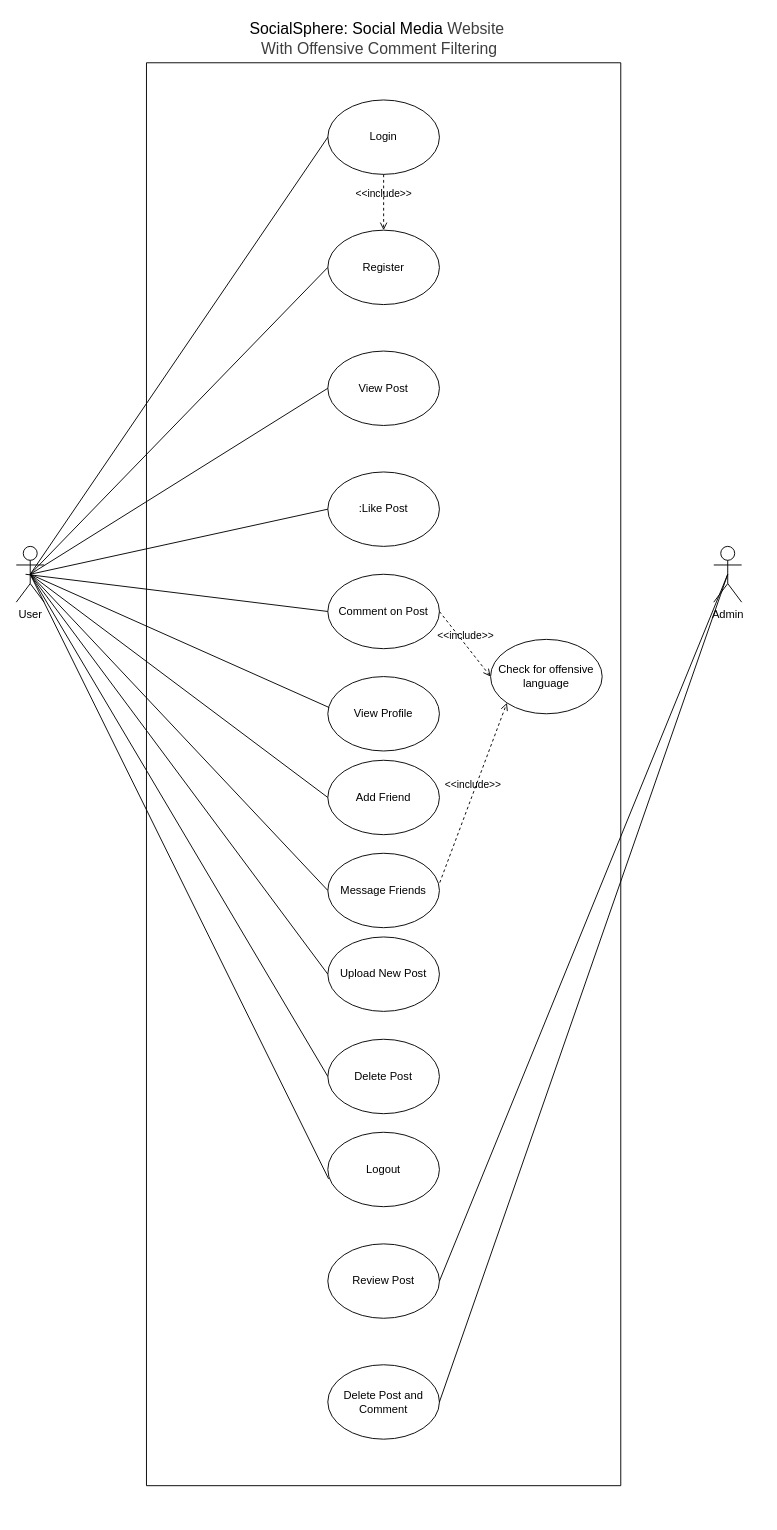
Earlier version of the draw.io diagram usecase.drawio (hilubabz/SocialSphere). Source tidied: cells renumbered, new cells numbered last; positions are measured from the earlier drawing's top-left corner, leaving out a move shared by most shapes. Both pictures are drawn from the tidied source at 93%, with x=0, y=0 at pixel (16, 16).
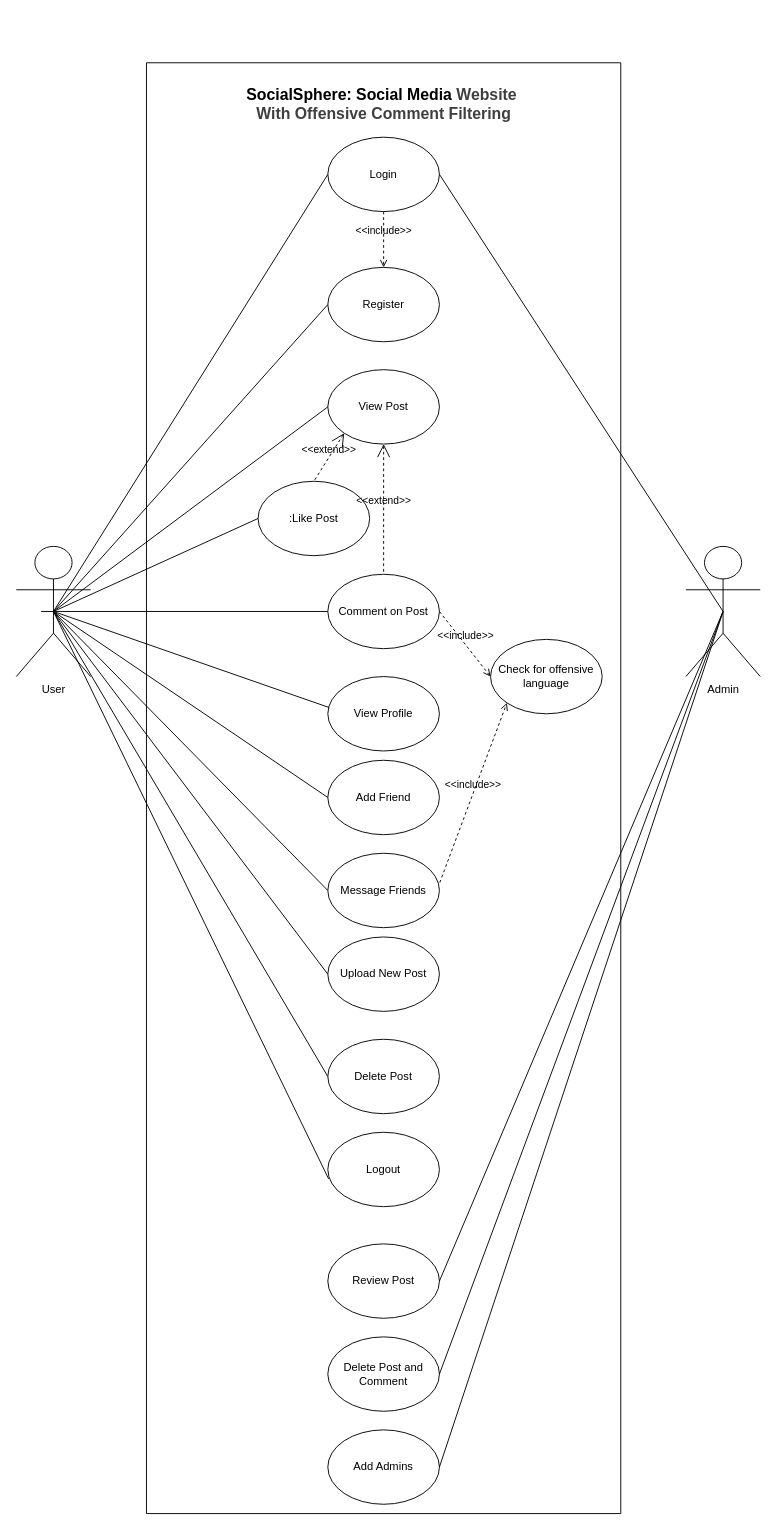
The same page after the edit.

Unchanged cells that the change refers to:
```xml
<mxCell id="7" value="Comment on Post" style="ellipse;whiteSpace=wrap;html=1;" parent="2" vertex="1">
  <mxGeometry x="195" y="550" width="120" height="80" as="geometry" />
</mxCell>
```

Change to the diagram source:
```diff
@@
     <mxCell id="2" style="swimlane;startSize=0;" parent="1" vertex="1">
-      <mxGeometry x="140" y="50" width="510" height="1530" as="geometry" />
+      <mxGeometry x="140" y="50" width="510" height="1560" as="geometry" />
     </mxCell>
     <mxCell id="3" value="Login" style="ellipse;whiteSpace=wrap;html=1;" parent="2" vertex="1">
-      <mxGeometry x="195" y="40" width="120" height="80" as="geometry" />
+      <mxGeometry x="195" y="80" width="120" height="80" as="geometry" />
     </mxCell>
     <mxCell id="4" value="Register" style="ellipse;whiteSpace=wrap;html=1;" parent="2" vertex="1">
-      <mxGeometry x="195" y="180" width="120" height="80" as="geometry" />
+      <mxGeometry x="195" y="220" width="120" height="80" as="geometry" />
     </mxCell>
     <mxCell id="5" value="View Post" style="ellipse;whiteSpace=wrap;html=1;" parent="2" vertex="1">
-      <mxGeometry x="195" y="310" width="120" height="80" as="geometry" />
+      <mxGeometry x="195" y="330" width="120" height="80" as="geometry" />
     </mxCell>
     <mxCell id="6" value=":Like Post" style="ellipse;whiteSpace=wrap;html=1;" parent="2" vertex="1">
-      <mxGeometry x="195" y="440" width="120" height="80" as="geometry" />
+      <mxGeometry x="120" y="450" width="120" height="80" as="geometry" />
     </mxCell>
@@
     <mxCell id="14" value="Delete Post and Comment" style="ellipse;whiteSpace=wrap;html=1;" parent="2" vertex="1">
-      <mxGeometry x="195" y="1400" width="120" height="80" as="geometry" />
+      <mxGeometry x="195" y="1370" width="120" height="80" as="geometry" />
     </mxCell>
@@
+    <mxCell id="35" value="&lt;font style=&quot;font-size: 17px;&quot;&gt;&lt;b&gt;SocialSphere: Social Media&amp;nbsp;&lt;span style=&quot;color: rgb(63, 63, 63); background-color: transparent;&quot;&gt;Website&amp;nbsp;&lt;/span&gt;&lt;/b&gt;&lt;/font&gt;&lt;div&gt;&lt;span style=&quot;color: rgb(63, 63, 63); background-color: transparent;&quot;&gt;&lt;font style=&quot;font-size: 17px;&quot;&gt;&lt;b&gt;With Offensive Comment Filtering&lt;/b&gt;&lt;/font&gt;&lt;/span&gt;&lt;/div&gt;" style="text;html=1;align=center;verticalAlign=middle;strokeColor=none;fillColor=none;" parent="2" vertex="1">
+      <mxGeometry x="95" y="20" width="320" height="50" as="geometry" />
+    </mxCell>
+    <mxCell id="33" value="&amp;lt;&amp;lt;include&amp;gt;&amp;gt;" style="edgeStyle=none;html=1;endArrow=open;verticalAlign=bottom;dashed=1;labelBackgroundColor=none;exitX=0.5;exitY=1;exitDx=0;exitDy=0;entryX=0.5;entryY=0;entryDx=0;entryDy=0;" parent="2" edge="1" source="3" target="4">
+      <mxGeometry relative="1" as="geometry" />
+    </mxCell>
+    <mxCell id="36" value="&amp;lt;&amp;lt;extend&amp;gt;&amp;gt;" style="edgeStyle=none;html=1;startArrow=open;endArrow=none;startSize=12;verticalAlign=bottom;dashed=1;labelBackgroundColor=none;entryX=0.5;entryY=0;entryDx=0;entryDy=0;exitX=0;exitY=1;exitDx=0;exitDy=0;" parent="2" edge="1" source="5" target="6">
+      <mxGeometry relative="1" as="geometry" />
+    </mxCell>
+    <mxCell id="37" value="&amp;lt;&amp;lt;extend&amp;gt;&amp;gt;" style="edgeStyle=none;html=1;startArrow=open;endArrow=none;startSize=12;verticalAlign=bottom;dashed=1;labelBackgroundColor=none;entryX=0.5;entryY=0;entryDx=0;entryDy=0;exitX=0.5;exitY=1;exitDx=0;exitDy=0;" parent="2" edge="1" source="5" target="7">
+      <mxGeometry relative="1" as="geometry" />
+    </mxCell>
+    <mxCell id="38" value="Add Admins" style="ellipse;whiteSpace=wrap;html=1;" parent="2" vertex="1">
+      <mxGeometry x="195" y="1470" width="120" height="80" as="geometry" />
+    </mxCell>
     <mxCell id="19" value="User" style="shape=umlActor;verticalLabelPosition=bottom;verticalAlign=top;html=1;outlineConnect=0;" parent="1" vertex="1">
-      <mxGeometry y="570" width="30" height="60" as="geometry" />
+      <mxGeometry y="570" width="80" height="140" as="geometry" />
     </mxCell>
@@
     <mxCell id="28" value="Admin" style="shape=umlActor;html=1;verticalLabelPosition=bottom;verticalAlign=top;align=center;" parent="1" vertex="1">
-      <mxGeometry x="750" y="570" width="30" height="60" as="geometry" />
+      <mxGeometry x="720" y="570" width="80" height="140" as="geometry" />
     </mxCell>
@@
-    <mxCell id="33" value="&amp;lt;&amp;lt;include&amp;gt;&amp;gt;" style="edgeStyle=none;html=1;endArrow=open;verticalAlign=bottom;dashed=1;labelBackgroundColor=none;exitX=0.5;exitY=1;exitDx=0;exitDy=0;" parent="1" edge="1" source="3">
-      <mxGeometry relative="1" as="geometry">
-        <mxPoint x="395" y="230" as="targetPoint" />
-      </mxGeometry>
-    </mxCell>
@@
-    <mxCell id="35" value="&lt;font style=&quot;font-size: 17px;&quot;&gt;SocialSphere: Social Media&amp;nbsp;&lt;span style=&quot;color: rgb(63, 63, 63); background-color: transparent;&quot;&gt;Website&amp;nbsp;&lt;/span&gt;&lt;/font&gt;&lt;div&gt;&lt;span style=&quot;color: rgb(63, 63, 63); background-color: transparent;&quot;&gt;&lt;font style=&quot;font-size: 17px;&quot;&gt;With Offensive Comment Filtering&lt;/font&gt;&lt;/span&gt;&lt;/div&gt;" style="text;html=1;align=center;verticalAlign=middle;strokeColor=none;fillColor=none;" parent="1" vertex="1">
-      <mxGeometry x="240" width="300" height="50" as="geometry" />
-    </mxCell>
+    <mxCell id="39" style="edgeStyle=none;html=1;endArrow=none;verticalAlign=bottom;exitX=1;exitY=0.5;exitDx=0;exitDy=0;entryX=0.5;entryY=0.5;entryDx=0;entryDy=0;entryPerimeter=0;" parent="1" edge="1" source="3" target="28">
+      <mxGeometry relative="1" as="geometry" />
+    </mxCell>
+    <mxCell id="40" style="edgeStyle=none;html=1;endArrow=none;verticalAlign=bottom;exitX=1;exitY=0.5;exitDx=0;exitDy=0;" parent="1" edge="1" source="38">
+      <mxGeometry relative="1" as="geometry">
+        <mxPoint x="760" y="640" as="targetPoint" />
+      </mxGeometry>
+    </mxCell>
```
